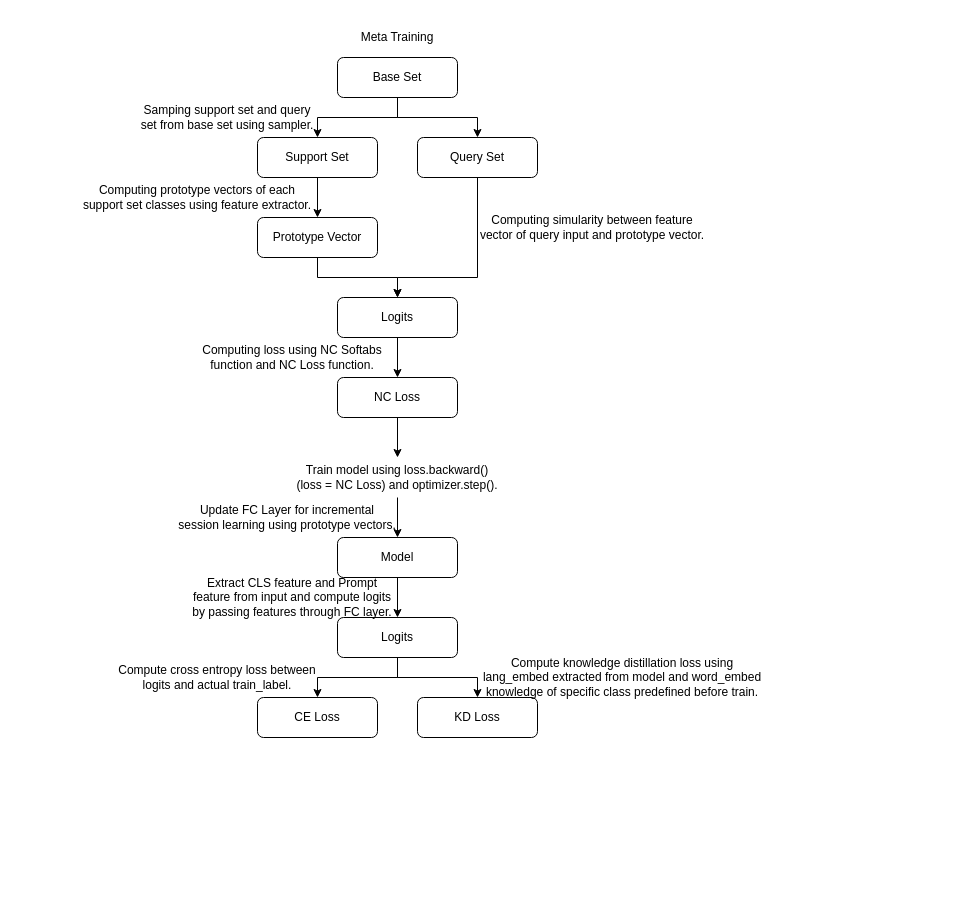
jeong-ho-lee/projectClue keeps this draw.io diagram as 제목 없는 다이어그램.drawio. Above is the earlier version. Source tidied: cells renumbered, new cells numbered last; positions are measured from the earlier drawing's top-left corner, leaving out a move shared by most shapes. Both pictures are drawn from the tidied source at 100%, with x=0, y=0 at pixel (77, 17).
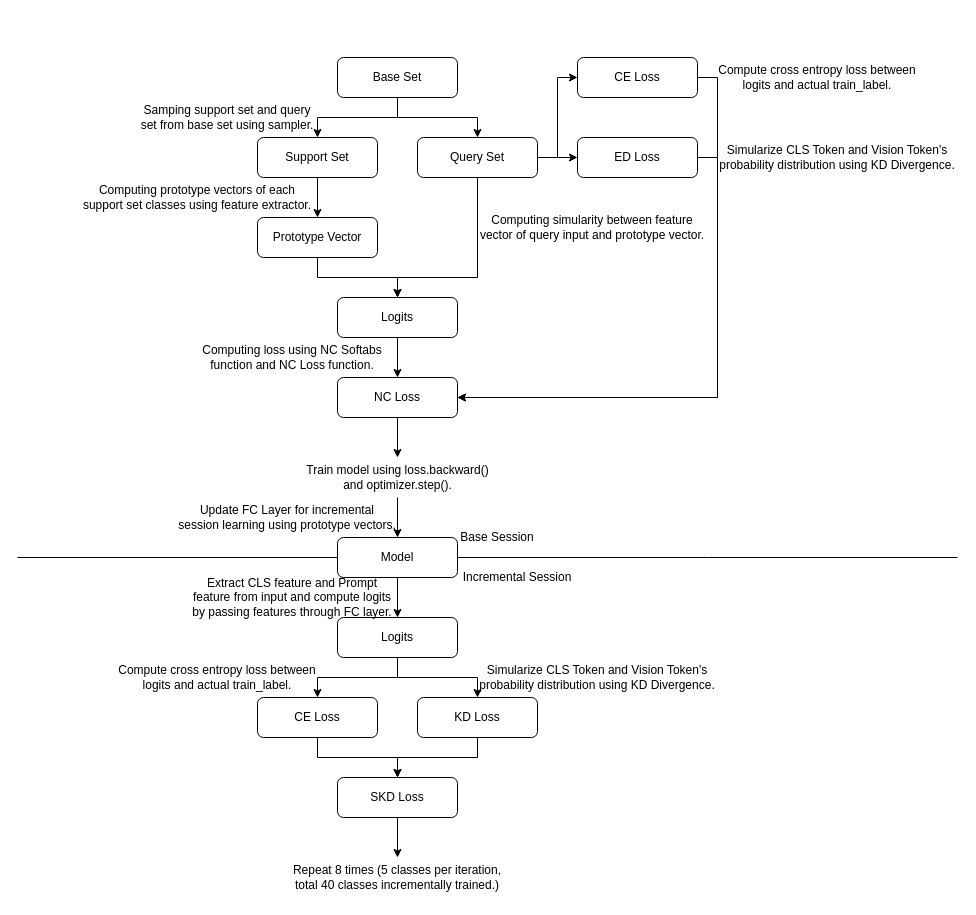
The same diagram, later.

Commit message:
제목 없는 다이어그램.drawio 업데이트

Unchanged cells that the change refers to:
```xml
<mxCell id="6" value="Query Set" style="rounded=1;whiteSpace=wrap;html=1;" parent="1" vertex="1">
  <mxGeometry x="340" y="120" width="120" height="40" as="geometry" />
</mxCell>
<mxCell id="17" value="NC Loss" style="rounded=1;whiteSpace=wrap;html=1;" parent="1" vertex="1">
  <mxGeometry x="260" y="360" width="120" height="40" as="geometry" />
</mxCell>
<mxCell id="23" value="Model" style="rounded=1;whiteSpace=wrap;html=1;" parent="1" vertex="1">
  <mxGeometry x="260" y="520" width="120" height="40" as="geometry" />
</mxCell>
<mxCell id="29" value="CE Loss" style="rounded=1;whiteSpace=wrap;html=1;" parent="1" vertex="1">
  <mxGeometry x="180" y="680" width="120" height="40" as="geometry" />
</mxCell>
<mxCell id="30" value="KD Loss" style="rounded=1;whiteSpace=wrap;html=1;" parent="1" vertex="1">
  <mxGeometry x="340" y="680" width="120" height="40" as="geometry" />
</mxCell>
```

The edit, as a diff of the source:
```diff
@@
+    <mxCell id="33" style="edgeStyle=orthogonalEdgeStyle;rounded=0;jettySize=auto;html=1;exitX=1;exitY=0.5;exitDx=0;exitDy=0;entryX=0;entryY=0.5;entryDx=0;entryDy=0;" parent="1" edge="1" source="6" target="42">
+      <mxGeometry relative="1" as="geometry" />
+    </mxCell>
+    <mxCell id="34" style="edgeStyle=orthogonalEdgeStyle;rounded=0;jettySize=auto;html=1;exitX=1;exitY=0.5;exitDx=0;exitDy=0;entryX=0;entryY=0.5;entryDx=0;entryDy=0;" parent="1" edge="1" source="6" target="40">
+      <mxGeometry relative="1" as="geometry" />
+    </mxCell>
@@
-    <mxCell id="20" value="Train model using loss.backward() (loss = NC Loss) and optimizer.step()." style="text;html=1;align=center;verticalAlign=middle;whiteSpace=wrap;rounded=0;" parent="1" vertex="1">
-      <mxGeometry x="215" y="440" width="210" height="40" as="geometry" />
+    <mxCell id="20" value="Train model using loss.backward() and optimizer.step()." style="text;html=1;align=center;verticalAlign=middle;whiteSpace=wrap;rounded=0;" parent="1" vertex="1">
+      <mxGeometry x="227.5" y="440" width="185" height="40" as="geometry" />
     </mxCell>
-    <mxCell id="21" value="Meta Training" style="text;html=1;align=center;verticalAlign=middle;whiteSpace=wrap;rounded=0;" parent="1" vertex="1">
-      <mxGeometry x="280" width="80" height="40" as="geometry" />
+    <mxCell id="21" value="Base Session" style="text;html=1;align=center;verticalAlign=middle;whiteSpace=wrap;rounded=0;" parent="1" vertex="1">
+      <mxGeometry x="380" y="500" width="80" height="40" as="geometry" />
     </mxCell>
@@
+    <mxCell id="35" style="edgeStyle=orthogonalEdgeStyle;rounded=0;jettySize=auto;html=1;exitX=0;exitY=0.5;exitDx=0;exitDy=0;strokeColor=default;endArrow=none;endFill=0;" parent="1" edge="1" source="23">
+      <mxGeometry relative="1" as="geometry">
+        <mxPoint x="-60" y="540" as="targetPoint" />
+      </mxGeometry>
+    </mxCell>
+    <mxCell id="36" style="edgeStyle=orthogonalEdgeStyle;rounded=0;jettySize=auto;html=1;exitX=1;exitY=0.5;exitDx=0;exitDy=0;endArrow=none;endFill=0;" parent="1" edge="1" source="23">
+      <mxGeometry relative="1" as="geometry">
+        <mxPoint x="880" y="540" as="targetPoint" />
+      </mxGeometry>
+    </mxCell>
@@
+    <mxCell id="37" style="edgeStyle=orthogonalEdgeStyle;rounded=0;jettySize=auto;html=1;exitX=0.5;exitY=1;exitDx=0;exitDy=0;entryX=0.5;entryY=0;entryDx=0;entryDy=0;" parent="1" edge="1" source="29" target="45">
+      <mxGeometry relative="1" as="geometry" />
+    </mxCell>
@@
+    <mxCell id="38" style="edgeStyle=orthogonalEdgeStyle;rounded=0;jettySize=auto;html=1;exitX=0.5;exitY=1;exitDx=0;exitDy=0;entryX=0.5;entryY=0;entryDx=0;entryDy=0;" parent="1" edge="1" source="30" target="45">
+      <mxGeometry relative="1" as="geometry" />
+    </mxCell>
@@
-    <mxCell id="32" value="Compute knowledge distillation loss using lang_embed extracted from model and word_embed knowledge of specific class predefined before train." style="text;html=1;align=center;verticalAlign=middle;whiteSpace=wrap;rounded=0;" parent="1" vertex="1">
-      <mxGeometry x="400" y="640" width="290" height="40" as="geometry" />
+    <mxCell id="32" value="Simularize CLS Token and Vision Token's probability distribution using KD Divergence." style="text;html=1;align=center;verticalAlign=middle;whiteSpace=wrap;rounded=0;" parent="1" vertex="1">
+      <mxGeometry x="400" y="640" width="240" height="40" as="geometry" />
     </mxCell>
+    <mxCell id="39" style="edgeStyle=orthogonalEdgeStyle;rounded=0;jettySize=auto;html=1;exitX=1;exitY=0.5;exitDx=0;exitDy=0;entryX=1;entryY=0.5;entryDx=0;entryDy=0;" parent="1" edge="1" source="40" target="17">
+      <mxGeometry relative="1" as="geometry" />
+    </mxCell>
+    <mxCell id="40" value="CE Loss" style="rounded=1;whiteSpace=wrap;html=1;" parent="1" vertex="1">
+      <mxGeometry x="500" y="40" width="120" height="40" as="geometry" />
+    </mxCell>
+    <mxCell id="41" style="edgeStyle=orthogonalEdgeStyle;rounded=0;jettySize=auto;html=1;exitX=1;exitY=0.5;exitDx=0;exitDy=0;entryX=1;entryY=0.5;entryDx=0;entryDy=0;" parent="1" edge="1" source="42" target="17">
+      <mxGeometry relative="1" as="geometry" />
+    </mxCell>
+    <mxCell id="42" value="ED Loss" style="rounded=1;whiteSpace=wrap;html=1;" parent="1" vertex="1">
+      <mxGeometry x="500" y="120" width="120" height="40" as="geometry" />
+    </mxCell>
+    <mxCell id="43" value="Simularize CLS Token and Vision Token's probability distribution using KD Divergence." style="text;html=1;align=center;verticalAlign=middle;whiteSpace=wrap;rounded=0;" parent="1" vertex="1">
+      <mxGeometry x="640" y="120" width="240" height="40" as="geometry" />
+    </mxCell>
+    <mxCell id="44" style="edgeStyle=orthogonalEdgeStyle;rounded=0;jettySize=auto;html=1;exitX=0.5;exitY=1;exitDx=0;exitDy=0;entryX=0.5;entryY=0;entryDx=0;entryDy=0;" parent="1" edge="1" source="45" target="46">
+      <mxGeometry relative="1" as="geometry" />
+    </mxCell>
+    <mxCell id="45" value="SKD Loss" style="rounded=1;whiteSpace=wrap;html=1;" parent="1" vertex="1">
+      <mxGeometry x="260" y="760" width="120" height="40" as="geometry" />
+    </mxCell>
+    <mxCell id="46" value="Repeat 8 times (5 classes per iteration, total 40 classes incrementally trained.)" style="text;html=1;align=center;verticalAlign=middle;whiteSpace=wrap;rounded=0;" parent="1" vertex="1">
+      <mxGeometry x="210" y="840" width="220" height="40" as="geometry" />
+    </mxCell>
+    <mxCell id="47" value="Compute cross entropy loss between logits and actual train_label." style="text;html=1;align=center;verticalAlign=middle;whiteSpace=wrap;rounded=0;" parent="1" vertex="1">
+      <mxGeometry x="640" y="40" width="200" height="40" as="geometry" />
+    </mxCell>
+    <mxCell id="48" value="Incremental Session" style="text;html=1;align=center;verticalAlign=middle;whiteSpace=wrap;rounded=0;" parent="1" vertex="1">
+      <mxGeometry x="380" y="540" width="120" height="40" as="geometry" />
+    </mxCell>
```
